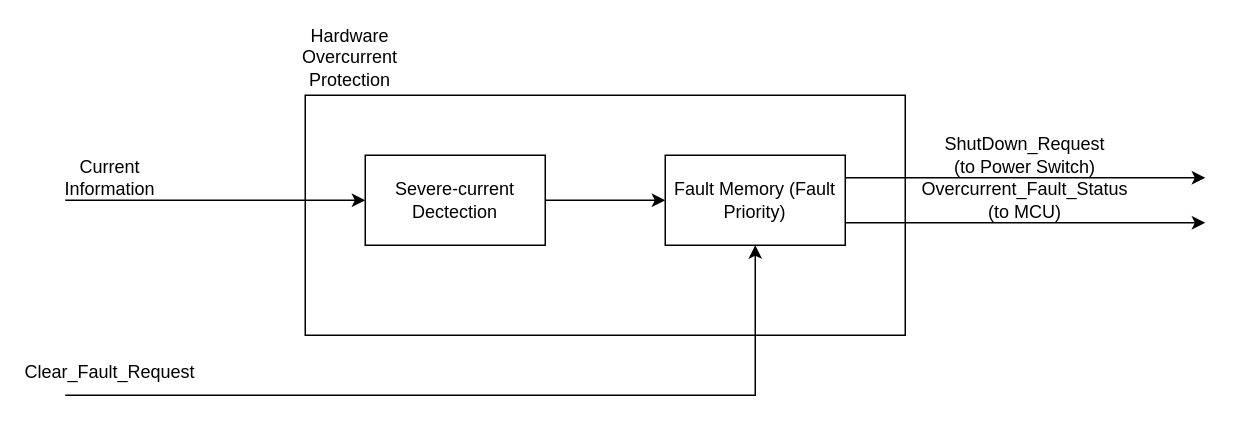
The draw.io diagram page "hardware-overcurrent-protection" (4 of 7) of docs/diagrams/system-architecture.drawio in DontMindMe129/dc-power-protection-system, before the edit. Source tidied: cells renumbered, new cells numbered last; positions are measured from the earlier drawing's top-left corner, leaving out a move shared by most shapes. Both pictures are drawn from the tidied source at 150%, with x=0, y=0 at pixel (64, 34).
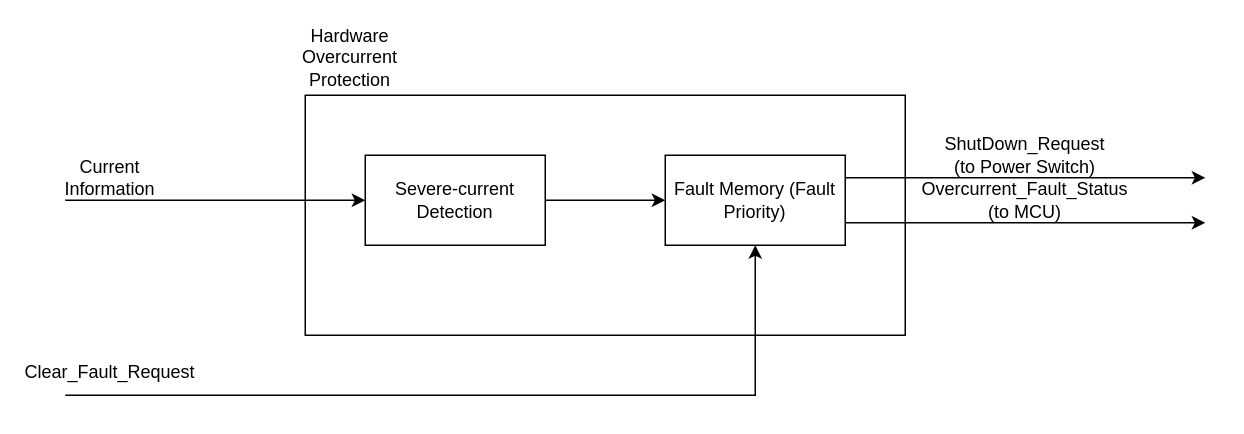
The same page after the edit.

Commit message (it also covers changes not shown here):
docs: add system state diagram and recovery behavior

Change to the diagram source:
```diff
@@
 <mxGraphModel>
   <root>
     <mxCell id="0" />
     <mxCell id="1" parent="0" />
     <mxCell id="2" style="rounded=0;whiteSpace=wrap;html=1;" parent="1" vertex="1">
       <mxGeometry x="160" y="40" width="400" height="160" as="geometry" />
     </mxCell>
     <mxCell id="3" style="edgeStyle=orthogonalEdgeStyle;rounded=0;jettySize=auto;html=1;entryX=0;entryY=0.5;entryDx=0;entryDy=0;" parent="1" edge="1" source="4" target="5">
       <mxGeometry relative="1" as="geometry" />
     </mxCell>
-    <mxCell id="4" value="Severe-current Dectection" style="rounded=0;whiteSpace=wrap;html=1;" parent="1" vertex="1">
+    <mxCell id="4" value="Severe-current Detection" style="rounded=0;whiteSpace=wrap;html=1;" parent="1" vertex="1">
       <mxGeometry x="200" y="80" width="120" height="60" as="geometry" />
     </mxCell>
     <mxCell id="5" value="&lt;code dir=&quot;ltr&quot;&gt;&lt;/code&gt;Fault Memory (Fault Priority)" style="rounded=0;whiteSpace=wrap;html=1;" parent="1" vertex="1">
       <mxGeometry x="400" y="80" width="120" height="60" as="geometry" />
     </mxCell>
     <mxCell id="6" style="endArrow=classic;html=1;rounded=0;exitX=1;exitY=0.25;exitDx=0;exitDy=0;" parent="1" edge="1" source="5">
       <mxGeometry relative="1" as="geometry">
         <mxPoint x="760" y="95" as="targetPoint" />
       </mxGeometry>
     </mxCell>
     <mxCell id="7" style="endArrow=classic;html=1;rounded=0;exitX=1;exitY=0.75;exitDx=0;exitDy=0;" parent="1" edge="1" source="5">
       <mxGeometry relative="1" as="geometry">
         <mxPoint x="760" y="125" as="targetPoint" />
       </mxGeometry>
     </mxCell>
     <mxCell id="8" value="ShutDown_Request&lt;br&gt;&lt;div&gt;(to Power Switch)&lt;/div&gt;" style="text;html=1;whiteSpace=wrap;strokeColor=none;fillColor=none;align=center;verticalAlign=middle;rounded=0;" parent="1" vertex="1">
       <mxGeometry x="580" y="65" width="120" height="30" as="geometry" />
     </mxCell>
     <mxCell id="9" value="Overcurrent_Fault_Status&lt;div&gt;(to MCU)&lt;/div&gt;" style="text;html=1;whiteSpace=wrap;strokeColor=none;fillColor=none;align=center;verticalAlign=middle;rounded=0;" parent="1" vertex="1">
       <mxGeometry x="610" y="95" width="60" height="30" as="geometry" />
     </mxCell>
     <mxCell id="10" style="endArrow=classic;html=1;rounded=0;entryX=0.5;entryY=1;entryDx=0;entryDy=0;" parent="1" edge="1" target="5">
       <mxGeometry relative="1" as="geometry">
         <mxPoint y="240" as="sourcePoint" />
         <Array as="points">
           <mxPoint x="460" y="240" />
         </Array>
       </mxGeometry>
     </mxCell>
     <mxCell id="11" style="endArrow=classic;html=1;rounded=0;entryX=0;entryY=0.5;entryDx=0;entryDy=0;" parent="1" edge="1" target="4">
       <mxGeometry relative="1" as="geometry">
         <mxPoint y="110" as="sourcePoint" />
       </mxGeometry>
     </mxCell>
     <mxCell id="12" value="Current Information" style="text;html=1;whiteSpace=wrap;strokeColor=none;fillColor=none;align=center;verticalAlign=middle;rounded=0;" parent="1" vertex="1">
       <mxGeometry y="80" width="60" height="30" as="geometry" />
     </mxCell>
     <mxCell id="13" value="&lt;code dir=&quot;ltr&quot;&gt;&lt;/code&gt;&lt;font face=&quot;Helvetica&quot;&gt;Clear_Fault_Request&lt;/font&gt;" style="text;html=1;whiteSpace=wrap;strokeColor=none;fillColor=none;align=center;verticalAlign=middle;rounded=0;" parent="1" vertex="1">
       <mxGeometry y="210" width="60" height="30" as="geometry" />
     </mxCell>
     <mxCell id="14" value="Hardware Overcurrent Protection" style="text;html=1;whiteSpace=wrap;strokeColor=none;fillColor=none;align=center;verticalAlign=middle;rounded=0;" parent="1" vertex="1">
       <mxGeometry x="160" width="60" height="30" as="geometry" />
     </mxCell>
   </root>
 </mxGraphModel>
```
